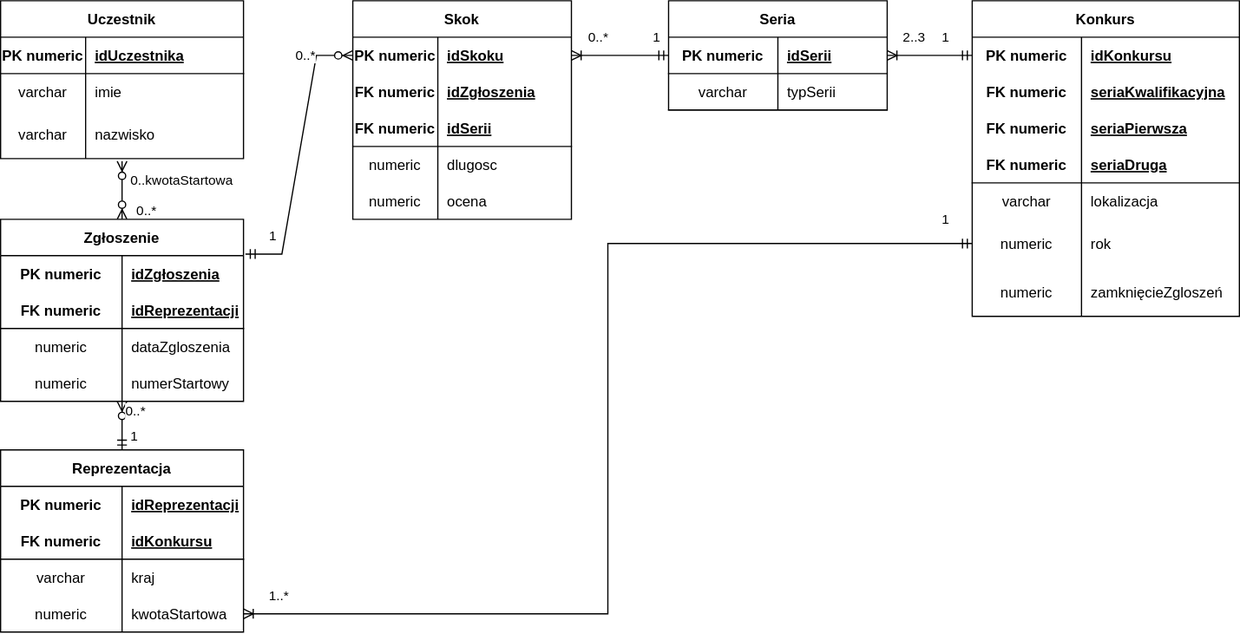
kamart02/skokiBD keeps this draw.io diagram as info/SkokiERD.svg. Above is the earlier version. Source tidied: cells renumbered, new cells last; positions are measured from the earlier drawing's top-left corner, leaving out a move shared by most shapes.
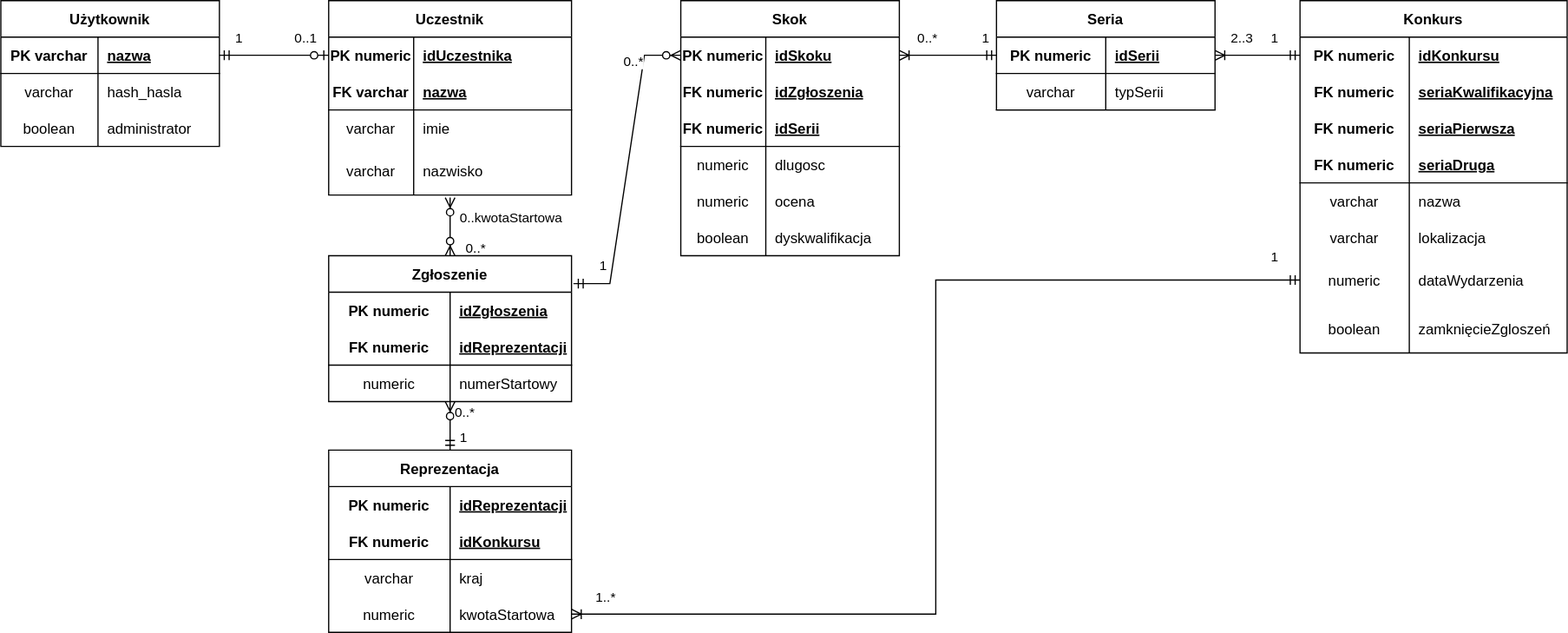
The same file after the commit.

Diff of the diagram source:
```diff
@@ -3,19 +3,28 @@
     <mxCell id="0" />
     <mxCell id="1" parent="0" />
     <mxCell id="2" value="Uczestnik" style="shape=table;startSize=30;rowLines=0;fontStyle=1;align=center;" parent="1" vertex="1">
-      <mxGeometry width="200" height="130" as="geometry" />
+      <mxGeometry width="200" height="160" as="geometry" />
     </mxCell>
-    <mxCell id="3" style="shape=tableRow;horizontal=0;startSize=0;swimlaneHead=0;swimlaneBody=0;fillColor=none;points=[[0,0.5],[1,0.5]];portConstraint=eastwest;top=0;left=0;right=0;bottom=1;" parent="2" vertex="1">
+    <mxCell id="3" style="shape=tableRow;horizontal=0;startSize=0;swimlaneHead=0;swimlaneBody=0;fillColor=none;points=[[0,0.5],[1,0.5]];portConstraint=eastwest;top=0;left=0;right=0;bottom=1;strokeColor=none;" parent="2" vertex="1">
       <mxGeometry y="30" width="200" height="30" as="geometry" />
     </mxCell>
-    <mxCell id="4" value="PK numeric" style="shape=partialRectangle;fillColor=none;top=0;left=0;bottom=0;right=0;fontStyle=1;overflow=hidden;" parent="3" vertex="1">
+    <mxCell id="4" value="PK numeric" style="shape=partialRectangle;fillColor=none;top=0;left=0;bottom=0;right=0;fontStyle=1;overflow=hidden;strokeColor=none;" parent="3" vertex="1">
       <mxGeometry width="70" height="30" as="geometry" />
     </mxCell>
-    <mxCell id="5" value="idUczestnika" style="shape=partialRectangle;fillColor=none;top=0;left=0;bottom=0;right=0;align=left;spacingLeft=6;fontStyle=5;overflow=hidden;" parent="3" vertex="1">
+    <mxCell id="5" value="idUczestnika" style="shape=partialRectangle;fillColor=none;top=0;left=0;bottom=0;right=0;align=left;spacingLeft=6;fontStyle=5;overflow=hidden;strokeColor=none;" parent="3" vertex="1">
       <mxGeometry x="70" width="130" height="30" as="geometry" />
     </mxCell>
+    <mxCell id="101" style="shape=tableRow;horizontal=0;startSize=0;swimlaneHead=0;swimlaneBody=0;fillColor=none;top=0;left=0;right=0;bottom=1;strokeColor=default;" parent="2" vertex="1">
+      <mxGeometry y="60" width="200" height="30" as="geometry" />
+    </mxCell>
+    <mxCell id="102" value="FK varchar" style="shape=partialRectangle;fillColor=none;top=0;left=0;bottom=0;right=0;fontStyle=1;overflow=hidden;strokeColor=none;" parent="101" vertex="1">
+      <mxGeometry width="70" height="30" as="geometry" />
+    </mxCell>
+    <mxCell id="103" value="nazwa" style="shape=partialRectangle;fillColor=none;top=0;left=0;bottom=0;right=0;align=left;spacingLeft=6;fontStyle=5;overflow=hidden;strokeColor=none;" parent="101" vertex="1">
+      <mxGeometry x="70" width="130" height="30" as="geometry" />
+    </mxCell>
     <mxCell id="6" style="shape=tableRow;horizontal=0;startSize=0;swimlaneHead=0;swimlaneBody=0;fillColor=none;top=0;left=0;right=0;bottom=0;" parent="2" vertex="1">
-      <mxGeometry y="60" width="200" height="30" as="geometry" />
+      <mxGeometry y="90" width="200" height="30" as="geometry" />
     </mxCell>
     <mxCell id="7" value="varchar" style="shape=partialRectangle;fillColor=none;top=0;left=0;bottom=0;right=0;overflow=hidden;" parent="6" vertex="1">
       <mxGeometry width="70" height="30" as="geometry" />
@@ -24,7 +33,7 @@
       <mxGeometry x="70" width="130" height="30" as="geometry" />
     </mxCell>
     <mxCell id="9" style="shape=tableRow;horizontal=0;startSize=0;swimlaneHead=0;swimlaneBody=0;fillColor=none;points=[[0,0.5],[1,0.5]];portConstraint=eastwest;top=0;left=0;right=0;bottom=0;" parent="2" vertex="1">
-      <mxGeometry y="90" width="200" height="40" as="geometry" />
+      <mxGeometry y="120" width="200" height="40" as="geometry" />
     </mxCell>
     <mxCell id="10" value="varchar" style="shape=partialRectangle;fillColor=none;top=0;left=0;bottom=0;right=0;overflow=hidden;" parent="9" vertex="1">
       <mxGeometry width="70" height="40" as="geometry" />
@@ -33,7 +42,7 @@
       <mxGeometry x="70" width="130" height="40" as="geometry" />
     </mxCell>
     <mxCell id="12" value="Skok" style="shape=table;startSize=30;rowLines=0;fontStyle=1;align=center;" parent="1" vertex="1">
-      <mxGeometry x="290" width="180" height="180" as="geometry" />
+      <mxGeometry x="290" width="180" height="210" as="geometry" />
     </mxCell>
     <mxCell id="13" style="shape=tableRow;horizontal=0;startSize=0;swimlaneHead=0;swimlaneBody=0;fillColor=none;points=[[0,0.5],[1,0.5]];portConstraint=eastwest;top=0;left=0;right=0;bottom=1;strokeColor=none;" parent="12" vertex="1">
       <mxGeometry y="30" width="180" height="30" as="geometry" />
@@ -80,8 +89,17 @@
     <mxCell id="27" value="ocena" style="shape=partialRectangle;fillColor=none;top=0;left=0;bottom=0;right=0;align=left;spacingLeft=6;overflow=hidden;" parent="25" vertex="1">
       <mxGeometry x="70" width="110" height="30" as="geometry" />
     </mxCell>
+    <mxCell id="104" style="shape=tableRow;horizontal=0;startSize=0;swimlaneHead=0;swimlaneBody=0;fillColor=none;top=0;left=0;right=0;bottom=0;" parent="12" vertex="1">
+      <mxGeometry y="180" width="180" height="30" as="geometry" />
+    </mxCell>
+    <mxCell id="105" value="boolean" style="shape=partialRectangle;fillColor=none;top=0;left=0;bottom=0;right=0;overflow=hidden;" parent="104" vertex="1">
+      <mxGeometry width="70" height="30" as="geometry" />
+    </mxCell>
+    <mxCell id="106" value="dyskwalifikacja" style="shape=partialRectangle;fillColor=none;top=0;left=0;bottom=0;right=0;align=left;spacingLeft=6;overflow=hidden;" parent="104" vertex="1">
+      <mxGeometry x="70" width="110" height="30" as="geometry" />
+    </mxCell>
     <mxCell id="28" value="Konkurs" style="shape=table;startSize=30;rowLines=0;fontStyle=1;align=center;rounded=0;strokeColor=default;" parent="1" vertex="1">
-      <mxGeometry x="800" width="220" height="260" as="geometry" />
+      <mxGeometry x="800" width="220" height="290" as="geometry" />
     </mxCell>
     <mxCell id="29" style="shape=tableRow;horizontal=0;startSize=0;swimlaneHead=0;swimlaneBody=0;fillColor=none;points=[[0,0.5],[1,0.5]];portConstraint=eastwest;top=0;left=0;right=0;bottom=1;rounded=0;strokeColor=none;" parent="28" vertex="1">
       <mxGeometry y="30" width="220" height="30" as="geometry" />
@@ -119,8 +137,17 @@
     <mxCell id="40" value="seriaDruga" style="shape=partialRectangle;fillColor=none;top=0;left=0;bottom=0;right=0;align=left;spacingLeft=6;fontStyle=5;overflow=hidden;rounded=0;" parent="38" vertex="1">
       <mxGeometry x="90" width="130" height="30" as="geometry" />
     </mxCell>
+    <mxCell id="107" style="shape=tableRow;horizontal=0;startSize=0;swimlaneHead=0;swimlaneBody=0;fillColor=none;top=0;left=0;right=0;bottom=0;rounded=0;" parent="28" vertex="1">
+      <mxGeometry y="150" width="220" height="30" as="geometry" />
+    </mxCell>
+    <mxCell id="108" value="varchar" style="shape=partialRectangle;fillColor=none;top=0;left=0;bottom=0;right=0;overflow=hidden;rounded=0;" parent="107" vertex="1">
+      <mxGeometry width="90" height="30" as="geometry" />
+    </mxCell>
+    <mxCell id="109" value="nazwa" style="shape=partialRectangle;fillColor=none;top=0;left=0;bottom=0;right=0;align=left;spacingLeft=6;overflow=hidden;rounded=0;" parent="107" vertex="1">
+      <mxGeometry x="90" width="130" height="30" as="geometry" />
+    </mxCell>
     <mxCell id="41" style="shape=tableRow;horizontal=0;startSize=0;swimlaneHead=0;swimlaneBody=0;fillColor=none;top=0;left=0;right=0;bottom=0;rounded=0;" parent="28" vertex="1">
-      <mxGeometry y="150" width="220" height="30" as="geometry" />
+      <mxGeometry y="180" width="220" height="30" as="geometry" />
     </mxCell>
     <mxCell id="42" value="varchar" style="shape=partialRectangle;fillColor=none;top=0;left=0;bottom=0;right=0;overflow=hidden;rounded=0;" parent="41" vertex="1">
       <mxGeometry width="90" height="30" as="geometry" />
@@ -129,18 +156,18 @@
       <mxGeometry x="90" width="130" height="30" as="geometry" />
     </mxCell>
     <mxCell id="44" style="shape=tableRow;horizontal=0;startSize=0;swimlaneHead=0;swimlaneBody=0;fillColor=none;points=[[0,0.5],[1,0.5]];portConstraint=eastwest;top=0;left=0;right=0;bottom=0;rounded=0;" parent="28" vertex="1">
-      <mxGeometry y="180" width="220" height="40" as="geometry" />
+      <mxGeometry y="210" width="220" height="40" as="geometry" />
     </mxCell>
     <mxCell id="45" value="numeric" style="shape=partialRectangle;fillColor=none;top=0;left=0;bottom=0;right=0;overflow=hidden;rounded=0;" parent="44" vertex="1">
       <mxGeometry width="90" height="40" as="geometry" />
     </mxCell>
-    <mxCell id="46" value="rok" style="shape=partialRectangle;fillColor=none;top=0;left=0;bottom=0;right=0;align=left;spacingLeft=6;overflow=hidden;rounded=0;" parent="44" vertex="1">
+    <mxCell id="46" value="dataWydarzenia" style="shape=partialRectangle;fillColor=none;top=0;left=0;bottom=0;right=0;align=left;spacingLeft=6;overflow=hidden;rounded=0;" parent="44" vertex="1">
       <mxGeometry x="90" width="130" height="40" as="geometry" />
     </mxCell>
     <mxCell id="47" style="shape=tableRow;horizontal=0;startSize=0;swimlaneHead=0;swimlaneBody=0;fillColor=none;top=0;left=0;right=0;bottom=0;rounded=0;" parent="28" vertex="1">
-      <mxGeometry y="220" width="220" height="40" as="geometry" />
+      <mxGeometry y="250" width="220" height="40" as="geometry" />
     </mxCell>
-    <mxCell id="48" value="numeric" style="shape=partialRectangle;fillColor=none;top=0;left=0;bottom=0;right=0;overflow=hidden;rounded=0;" parent="47" vertex="1">
+    <mxCell id="48" value="boolean" style="shape=partialRectangle;fillColor=none;top=0;left=0;bottom=0;right=0;overflow=hidden;rounded=0;" parent="47" vertex="1">
       <mxGeometry width="90" height="40" as="geometry" />
     </mxCell>
     <mxCell id="49" value="zamknięcieZgloszeń" style="shape=partialRectangle;fillColor=none;top=0;left=0;bottom=0;right=0;align=left;spacingLeft=6;overflow=hidden;rounded=0;" parent="47" vertex="1">
@@ -272,7 +299,7 @@
       </mxGeometry>
     </mxCell>
     <mxCell id="85" value="Zgłoszenie" style="shape=table;startSize=30;rowLines=0;fontStyle=1;align=center;strokeColor=default;" parent="1" vertex="1">
-      <mxGeometry y="180" width="200" height="150" as="geometry" />
+      <mxGeometry y="210" width="200" height="120" as="geometry" />
     </mxCell>
     <mxCell id="86" style="shape=tableRow;horizontal=0;startSize=0;swimlaneHead=0;swimlaneBody=0;fillColor=none;top=0;left=0;right=0;bottom=1;strokeColor=none;" parent="85" vertex="1">
       <mxGeometry y="30" width="200" height="30" as="geometry" />
@@ -292,17 +319,8 @@
     <mxCell id="91" value="idReprezentacji" style="shape=partialRectangle;fillColor=none;top=0;left=0;bottom=0;right=0;align=left;spacingLeft=6;fontStyle=5;overflow=hidden;strokeColor=default;" parent="89" vertex="1">
       <mxGeometry x="100" width="100" height="30" as="geometry" />
     </mxCell>
-    <mxCell id="92" style="shape=tableRow;horizontal=0;startSize=0;swimlaneHead=0;swimlaneBody=0;fillColor=none;top=0;left=0;right=0;bottom=0;strokeColor=default;" parent="85" vertex="1">
-      <mxGeometry y="90" width="200" height="30" as="geometry" />
-    </mxCell>
-    <mxCell id="93" value="numeric" style="shape=partialRectangle;fillColor=none;top=0;left=0;bottom=0;right=0;overflow=hidden;strokeColor=default;" parent="92" vertex="1">
-      <mxGeometry width="100" height="30" as="geometry" />
-    </mxCell>
-    <mxCell id="94" value="dataZgloszenia" style="shape=partialRectangle;fillColor=none;top=0;left=0;bottom=0;right=0;align=left;spacingLeft=6;overflow=hidden;strokeColor=default;" parent="92" vertex="1">
-      <mxGeometry x="100" width="100" height="30" as="geometry" />
-    </mxCell>
     <mxCell id="95" style="shape=tableRow;horizontal=0;startSize=0;swimlaneHead=0;swimlaneBody=0;fillColor=none;top=0;left=0;right=0;bottom=0;strokeColor=default;" parent="85" vertex="1">
-      <mxGeometry y="120" width="200" height="30" as="geometry" />
+      <mxGeometry y="90" width="200" height="30" as="geometry" />
     </mxCell>
     <mxCell id="96" value="numeric" style="shape=partialRectangle;fillColor=none;top=0;left=0;bottom=0;right=0;overflow=hidden;strokeColor=default;" parent="95" vertex="1">
       <mxGeometry width="100" height="30" as="geometry" />
@@ -325,5 +343,48 @@
         <mxPoint x="12" y="-7" as="offset" />
       </mxGeometry>
     </mxCell>
+    <mxCell id="110" value="Użytkownik" style="shape=table;startSize=30;rowLines=0;fontStyle=1;align=center;" parent="1" vertex="1">
+      <mxGeometry x="-270" width="180" height="120" as="geometry" />
+    </mxCell>
+    <mxCell id="111" style="shape=tableRow;horizontal=0;startSize=0;swimlaneHead=0;swimlaneBody=0;fillColor=none;points=[[0,0.5],[1,0.5]];portConstraint=eastwest;top=0;left=0;right=0;bottom=1;" parent="110" vertex="1">
+      <mxGeometry y="30" width="180" height="30" as="geometry" />
+    </mxCell>
+    <mxCell id="112" value="PK varchar" style="shape=partialRectangle;fillColor=none;top=0;left=0;bottom=0;right=0;fontStyle=1;overflow=hidden;" parent="111" vertex="1">
+      <mxGeometry width="80" height="30" as="geometry" />
+    </mxCell>
+    <mxCell id="113" value="nazwa" style="shape=partialRectangle;fillColor=none;top=0;left=0;bottom=0;right=0;align=left;spacingLeft=6;fontStyle=5;overflow=hidden;" parent="111" vertex="1">
+      <mxGeometry x="80" width="100" height="30" as="geometry" />
+    </mxCell>
+    <mxCell id="114" style="shape=tableRow;horizontal=0;startSize=0;swimlaneHead=0;swimlaneBody=0;fillColor=none;top=0;left=0;right=0;bottom=0;" parent="110" vertex="1">
+      <mxGeometry y="60" width="180" height="30" as="geometry" />
+    </mxCell>
+    <mxCell id="115" value="varchar" style="shape=partialRectangle;fillColor=none;top=0;left=0;bottom=0;right=0;overflow=hidden;" parent="114" vertex="1">
+      <mxGeometry width="80" height="30" as="geometry" />
+    </mxCell>
+    <mxCell id="116" value="hash_hasla" style="shape=partialRectangle;fillColor=none;top=0;left=0;bottom=0;right=0;align=left;spacingLeft=6;overflow=hidden;" parent="114" vertex="1">
+      <mxGeometry x="80" width="100" height="30" as="geometry" />
+    </mxCell>
+    <mxCell id="117" style="shape=tableRow;horizontal=0;startSize=0;swimlaneHead=0;swimlaneBody=0;fillColor=none;top=0;left=0;right=0;bottom=0;" parent="110" vertex="1">
+      <mxGeometry y="90" width="180" height="30" as="geometry" />
+    </mxCell>
+    <mxCell id="118" value="boolean" style="shape=partialRectangle;fillColor=none;top=0;left=0;bottom=0;right=0;overflow=hidden;" parent="117" vertex="1">
+      <mxGeometry width="80" height="30" as="geometry" />
+    </mxCell>
+    <mxCell id="119" value="administrator" style="shape=partialRectangle;fillColor=none;top=0;left=0;bottom=0;right=0;align=left;spacingLeft=6;overflow=hidden;" parent="117" vertex="1">
+      <mxGeometry x="80" width="100" height="30" as="geometry" />
+    </mxCell>
+    <mxCell id="120" style="edgeStyle=entityRelationEdgeStyle;fontSize=12;html=1;endArrow=ERzeroToOne;startArrow=ERmandOne;rounded=0;exitX=1;exitY=0.5;exitDx=0;exitDy=0;entryX=0;entryY=0.5;entryDx=0;entryDy=0;" parent="1" edge="1" source="111" target="3">
+      <mxGeometry relative="1" as="geometry" />
+    </mxCell>
+    <mxCell id="121" value="1" style="edgeLabel;html=1;align=center;verticalAlign=middle;" parent="120" vertex="1">
+      <mxGeometry x="-0.67" y="1" relative="1" as="geometry">
+        <mxPoint y="-14" as="offset" />
+      </mxGeometry>
+    </mxCell>
+    <mxCell id="122" value="0..1" style="edgeLabel;html=1;align=center;verticalAlign=middle;" parent="120" vertex="1">
+      <mxGeometry x="0.44" y="-2" relative="1" as="geometry">
+        <mxPoint x="5" y="-17" as="offset" />
+      </mxGeometry>
+    </mxCell>
   </root>
 </mxGraphModel>
```
